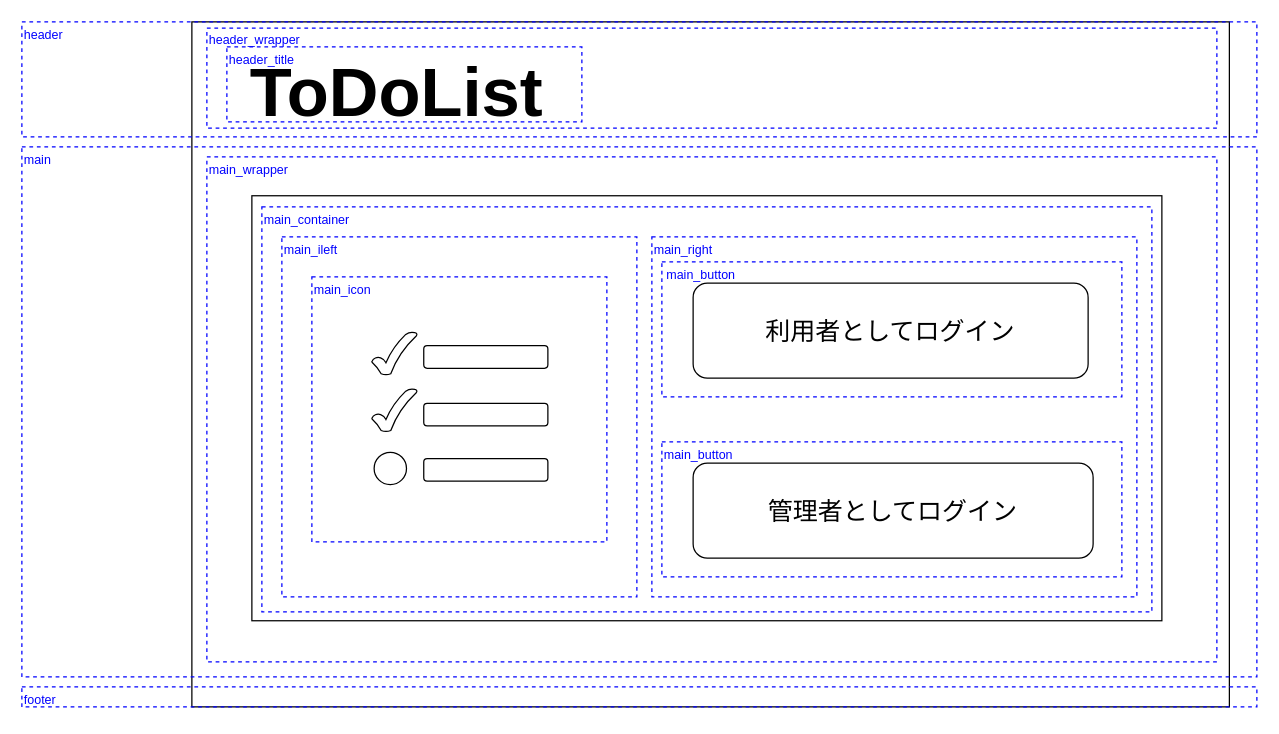
Before: portfolio03/01/layout/start_page/portfolio03_01_start_page_detail.drawio in RRRYOOO/portfolio, a draw.io diagram. Source tidied: cells renumbered, new cells numbered last; positions are measured from the earlier drawing's top-left corner, leaving out a move shared by most shapes. Both pictures are drawn from the tidied source at 125%, with x=0, y=0 at pixel (21, 21).
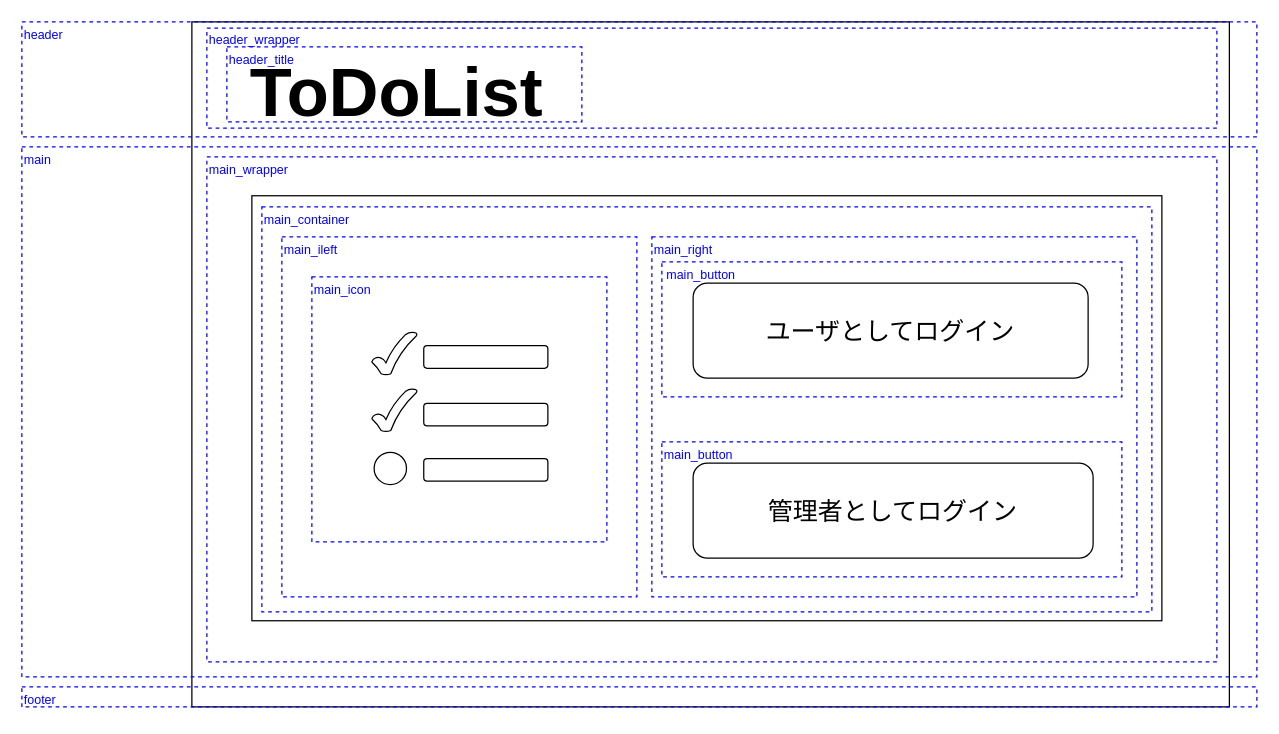
The same diagram, later.

Change to the diagram source:
```diff
@@
-    <mxCell id="29" value="&lt;font style=&quot;font-size: 20px;&quot;&gt;利用者としてログイン&lt;/font&gt;" style="rounded=1;whiteSpace=wrap;html=1;fontSize=20;" parent="1" vertex="1">
+    <mxCell id="29" value="&lt;font style=&quot;font-size: 20px&quot;&gt;ユーザとしてログイン&lt;/font&gt;" style="rounded=1;whiteSpace=wrap;html=1;fontSize=20;" parent="1" vertex="1">
       <mxGeometry x="537" y="209" width="316" height="76" as="geometry" />
     </mxCell>
```
